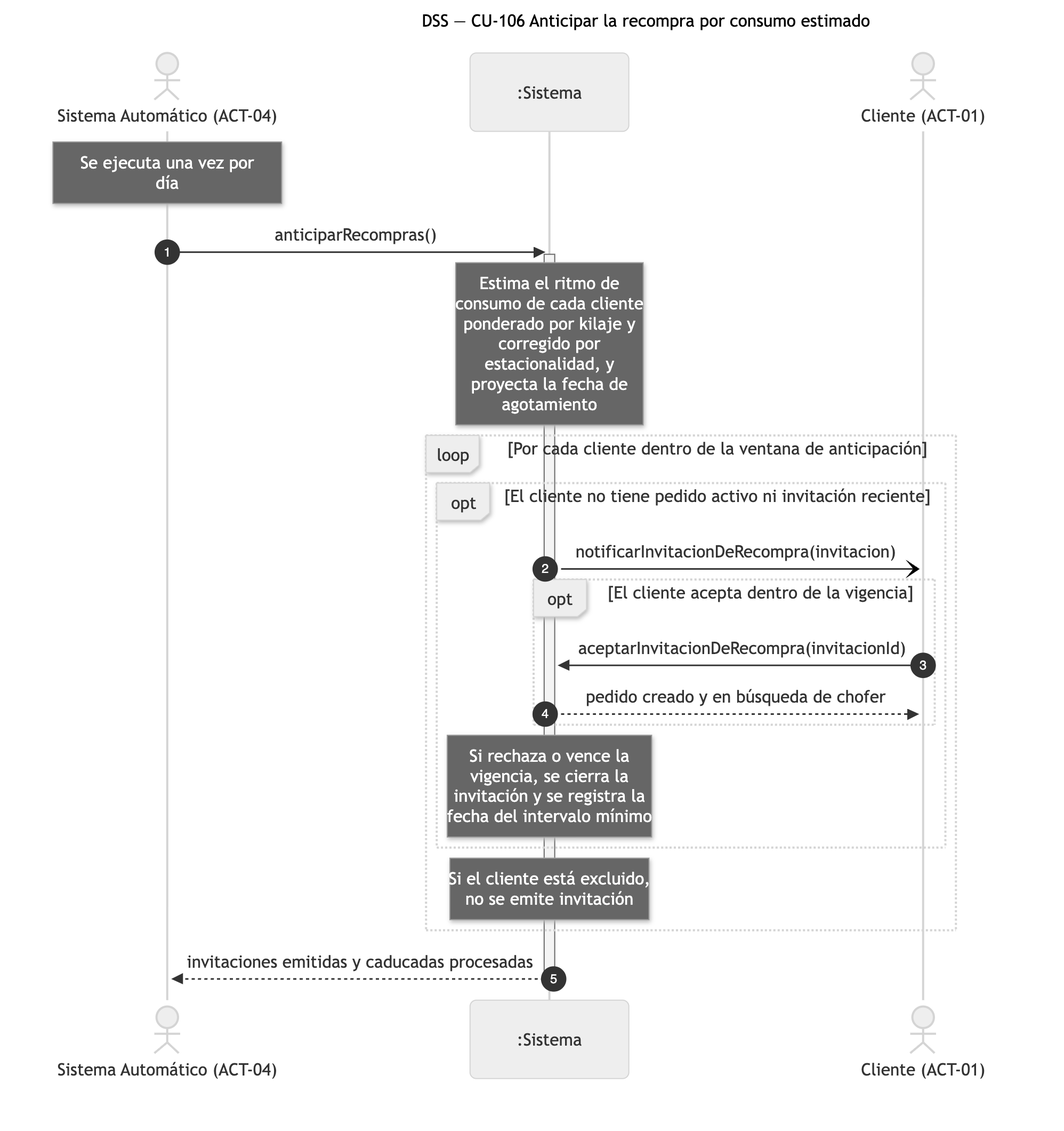
This is diagramas/png/DSS_CU-106_Anticipar-La-Recompra-Por-Consumo-Estimado.png from Nahuelito-Dev/splg-docs, a Mermaid export, as it was before one commit. Its source is kept beside it as diagramas/DSS_CU-106_Anticipar-La-Recompra-Por-Consumo-Estimado.mmd.
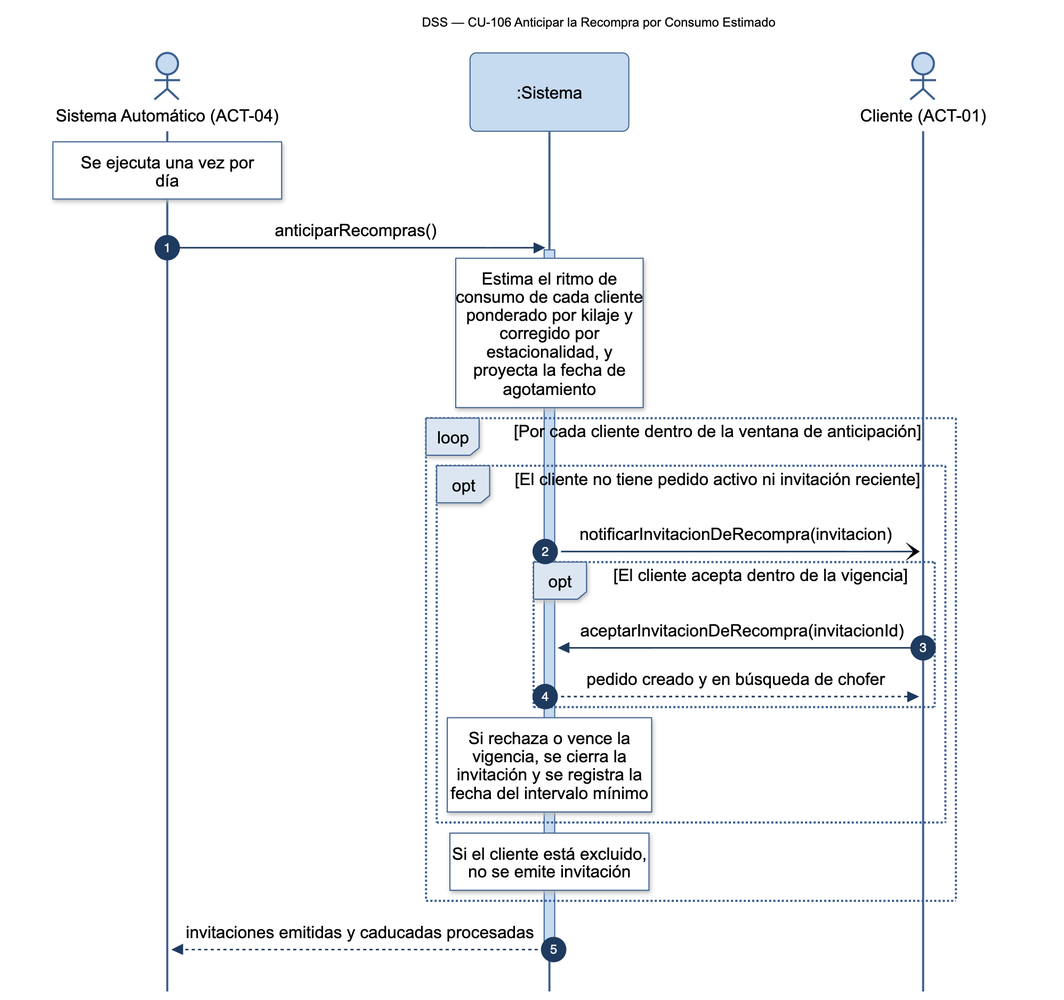
The same file after the commit.

The edit, as a diff of the source:
```diff
@@ -1,5 +1,5 @@
 sequenceDiagram
-    title DSS — CU-106 Anticipar la recompra por consumo estimado
+    title DSS — CU-106 Anticipar la Recompra por Consumo Estimado
     autonumber
     actor SAU as Sistema Automático (ACT-04)
     participant SIS as :Sistema
```
